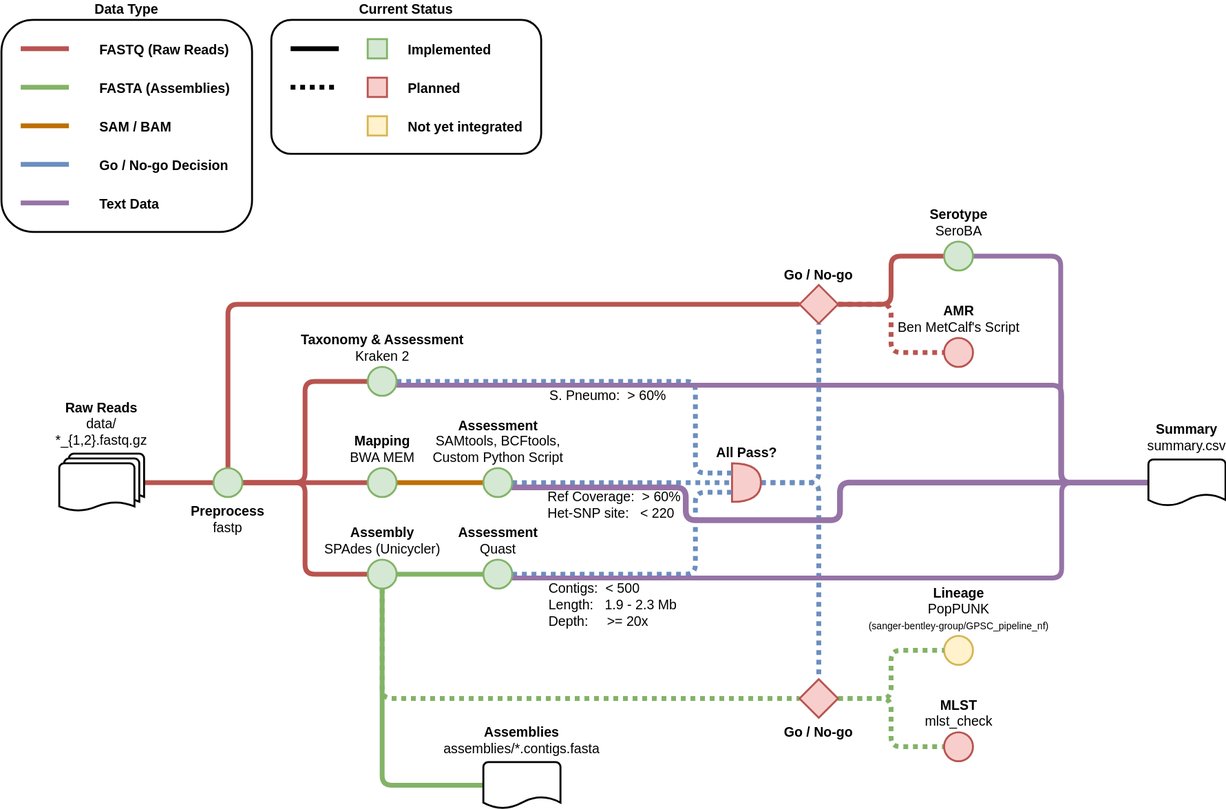
The draw.io diagram doc/workflow.drawio.svg in sanger-bentley-group/gps-pipeline, before a commit. Source tidied: cells renumbered, new cells last; positions are measured from the earlier drawing's top-left corner, leaving out a move shared by most shapes.
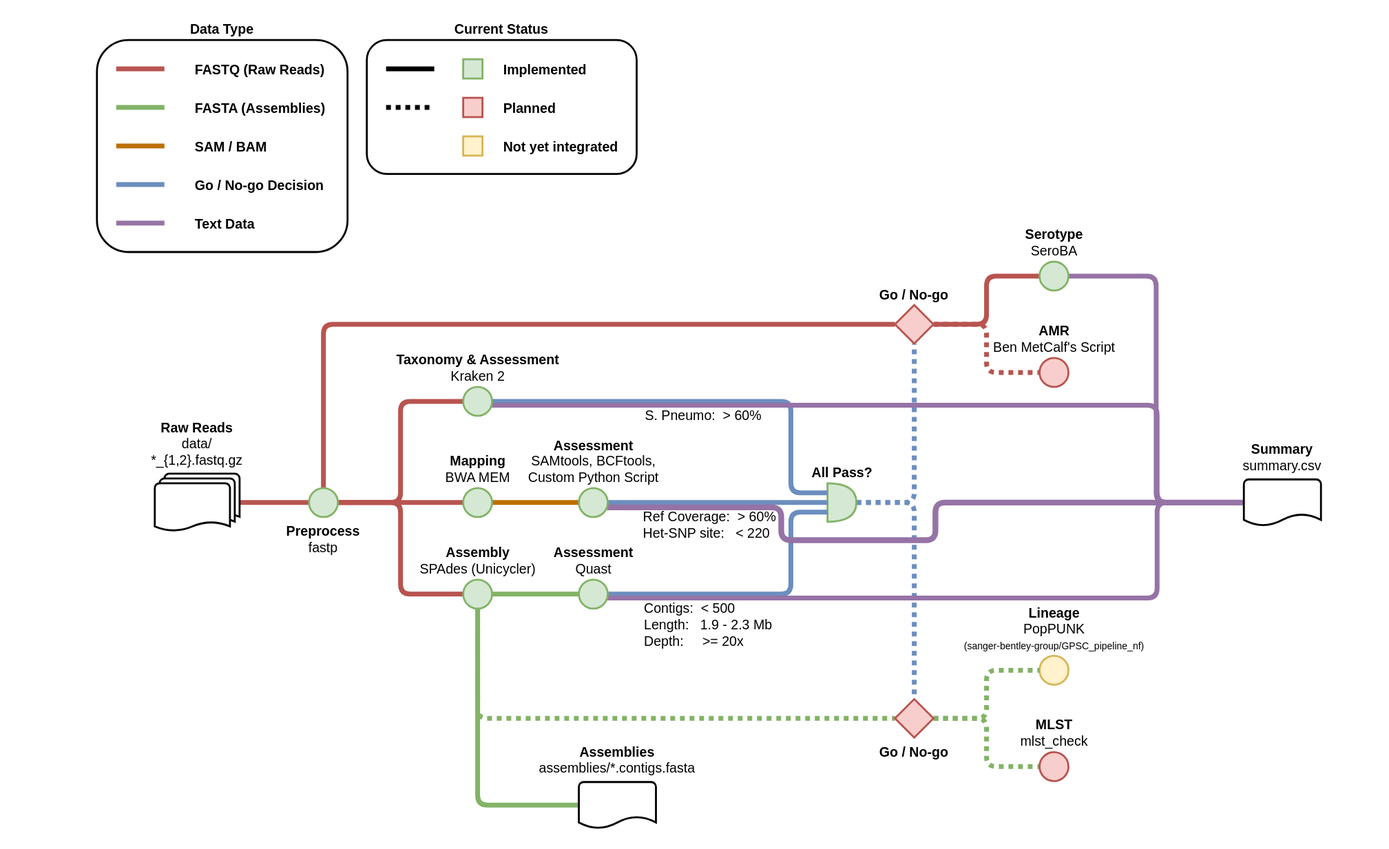
Later version of the same file.

Change to the diagram source:
```diff
@@ -2,6 +2,9 @@
   <root>
     <mxCell id="0" />
     <mxCell id="1" parent="0" />
+    <mxCell id="63" style="rounded=0;whiteSpace=wrap;html=1;strokeColor=none;" parent="1" vertex="1">
+      <mxGeometry x="-100" y="-41" width="1440" height="880" as="geometry" />
+    </mxCell>
     <mxCell id="2" value="&lt;b style=&quot;font-size: 14px;&quot;&gt;Current Status&lt;/b&gt;" style="rounded=1;whiteSpace=wrap;html=1;strokeWidth=2;fillColor=none;labelPosition=center;verticalLabelPosition=top;align=center;verticalAlign=bottom;fontSize=14;" parent="1" vertex="1">
       <mxGeometry x="280" width="280" height="139" as="geometry" />
     </mxCell>
@@ -62,10 +65,10 @@
     <mxCell id="18" style="edgeStyle=orthogonalEdgeStyle;rounded=1;jettySize=auto;html=1;entryX=0.5;entryY=0;entryDx=0;entryDy=0;entryPerimeter=0;dashed=1;dashPattern=1 1;strokeWidth=5;endArrow=none;endFill=0;fillColor=#dae8fc;strokeColor=#6c8ebf;" parent="1" edge="1" source="19" target="48">
       <mxGeometry relative="1" as="geometry" />
     </mxCell>
-    <mxCell id="19" value="&lt;b style=&quot;font-size: 14px;&quot;&gt;All Pass?&lt;/b&gt;" style="shape=or;html=1;strokeWidth=2;labelPosition=center;verticalLabelPosition=top;align=center;verticalAlign=bottom;fillColor=#f8cecc;strokeColor=#b85450;rounded=1;fontSize=14;" parent="1" vertex="1">
+    <mxCell id="19" value="&lt;b style=&quot;font-size: 14px;&quot;&gt;All Pass?&lt;/b&gt;" style="shape=or;html=1;strokeWidth=2;labelPosition=center;verticalLabelPosition=top;align=center;verticalAlign=bottom;fillColor=#d5e8d4;strokeColor=#82b366;rounded=1;fontSize=14;" parent="1" vertex="1">
       <mxGeometry x="758" y="460" width="30" height="40" as="geometry" />
     </mxCell>
-    <mxCell id="20" style="edgeStyle=orthogonalEdgeStyle;rounded=1;jettySize=auto;html=1;entryX=0;entryY=0.25;entryDx=0;entryDy=0;entryPerimeter=0;strokeWidth=5;startArrow=none;startFill=0;endArrow=none;endFill=0;startSize=20;fillColor=#dae8fc;strokeColor=#6c8ebf;dashed=1;dashPattern=1 1;" parent="1" edge="1" source="23" target="19">
+    <mxCell id="20" style="edgeStyle=orthogonalEdgeStyle;rounded=1;jettySize=auto;html=1;entryX=0;entryY=0.25;entryDx=0;entryDy=0;entryPerimeter=0;strokeWidth=5;startArrow=none;startFill=0;endArrow=none;endFill=0;startSize=20;fillColor=#dae8fc;strokeColor=#6c8ebf;" parent="1" edge="1" source="23" target="19">
       <mxGeometry relative="1" as="geometry">
         <Array as="points">
           <mxPoint x="720" y="375" />
@@ -89,7 +92,7 @@
     <mxCell id="23" value="&lt;div style=&quot;font-size: 14px&quot;&gt;&lt;b style=&quot;font-size: 14px&quot;&gt;Taxonomy &amp;amp; Assessment&lt;/b&gt;&lt;/div&gt;&lt;div style=&quot;font-size: 14px&quot;&gt;Kraken 2&lt;/div&gt;" style="ellipse;html=1;strokeWidth=2;labelPosition=center;verticalLabelPosition=top;align=center;verticalAlign=bottom;fillColor=#d5e8d4;strokeColor=#82b366;rounded=1;fontSize=14;" parent="1" vertex="1">
       <mxGeometry x="380" y="360" width="30" height="30" as="geometry" />
     </mxCell>
-    <mxCell id="24" style="edgeStyle=orthogonalEdgeStyle;rounded=1;jettySize=auto;html=1;entryX=0;entryY=0.75;entryDx=0;entryDy=0;entryPerimeter=0;strokeWidth=5;startArrow=none;startFill=0;endArrow=none;endFill=0;startSize=20;fillColor=#dae8fc;strokeColor=#6c8ebf;dashed=1;dashPattern=1 1;" parent="1" edge="1" source="27" target="19">
+    <mxCell id="24" style="edgeStyle=orthogonalEdgeStyle;rounded=1;jettySize=auto;html=1;entryX=0;entryY=0.75;entryDx=0;entryDy=0;entryPerimeter=0;strokeWidth=5;startArrow=none;startFill=0;endArrow=none;endFill=0;startSize=20;fillColor=#dae8fc;strokeColor=#6c8ebf;" parent="1" edge="1" source="27" target="19">
       <mxGeometry relative="1" as="geometry">
         <Array as="points">
           <mxPoint x="720" y="575" />
@@ -135,7 +138,7 @@
         <mxPoint x="45" as="offset" />
       </mxGeometry>
     </mxCell>
-    <mxCell id="32" style="edgeStyle=orthogonalEdgeStyle;rounded=1;jettySize=auto;html=1;entryX=0;entryY=0.5;entryDx=0;entryDy=0;entryPerimeter=0;strokeWidth=5;startArrow=none;startFill=0;endArrow=none;endFill=0;startSize=20;fillColor=#dae8fc;strokeColor=#6c8ebf;dashed=1;dashPattern=1 1;" parent="1" edge="1" source="35" target="19">
+    <mxCell id="32" style="edgeStyle=orthogonalEdgeStyle;rounded=1;jettySize=auto;html=1;entryX=0;entryY=0.5;entryDx=0;entryDy=0;entryPerimeter=0;strokeWidth=5;startArrow=none;startFill=0;endArrow=none;endFill=0;startSize=20;fillColor=#dae8fc;strokeColor=#6c8ebf;" parent="1" edge="1" source="35" target="19">
       <mxGeometry relative="1" as="geometry">
         <Array as="points">
           <mxPoint x="720" y="480" />
```
